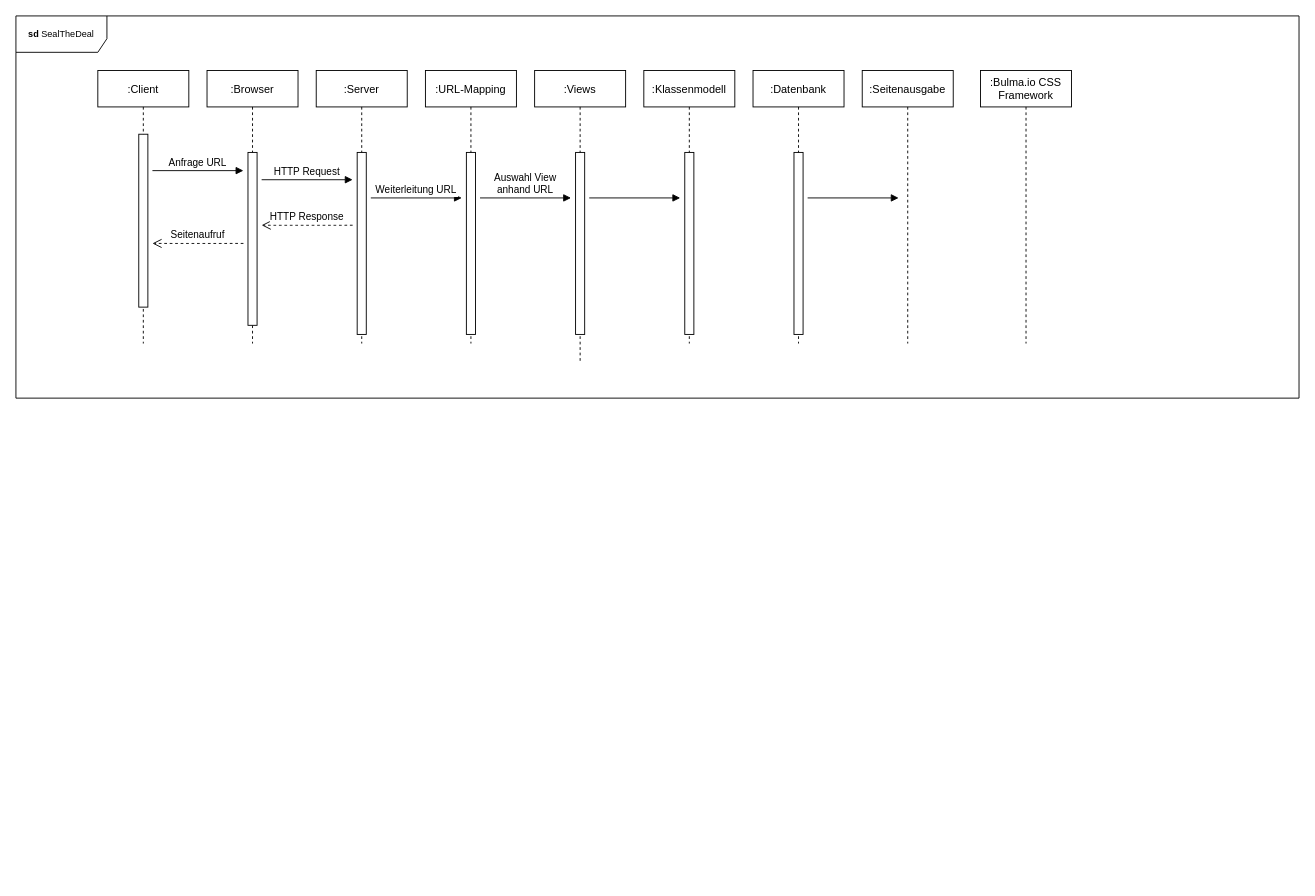
This is Sequenzdiagramm.drawio from schnarkus/SWE-II, a draw.io file, before an edit. Source tidied: cells renumbered, new cells numbered last; positions are measured from the earlier drawing's top-left corner, leaving out a move shared by most shapes. Both pictures are drawn from the tidied source at 91%, with x=0, y=0 at pixel (-171, 15).
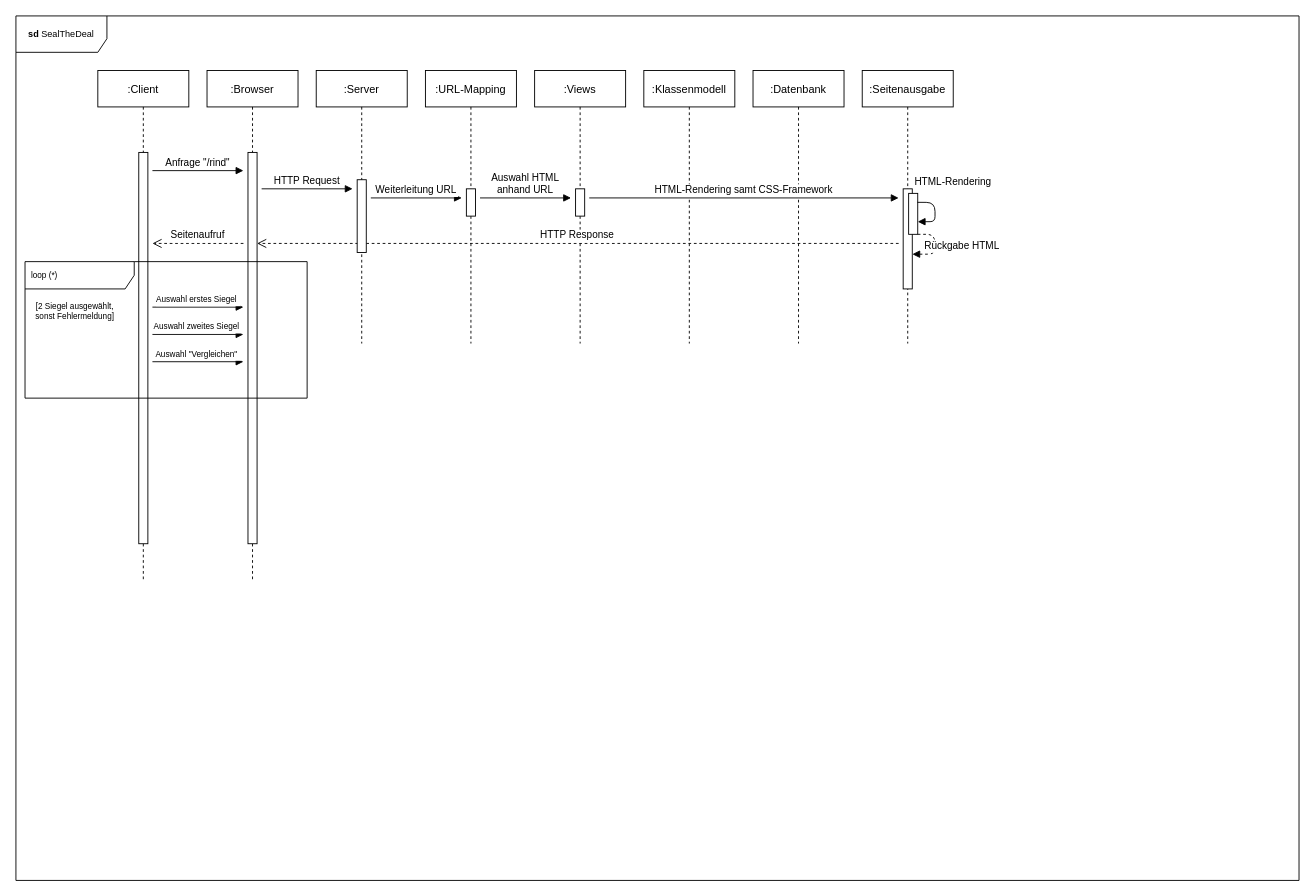
The same diagram, later.

The change refers to these unchanged cells:
```xml
<mxCell id="10" value=":Datenbank" style="shape=umlLifeline;perimeter=lifelinePerimeter;rounded=0;shadow=0;strokeWidth=1;" parent="1" vertex="1">
  <mxGeometry x="1015" y="60" width="100" height="300" as="geometry" />
</mxCell>
<mxCell id="12" value=":URL-Mapping" style="shape=umlLifeline;perimeter=lifelinePerimeter;rounded=0;shadow=0;strokeWidth=1;" parent="1" vertex="1">
  <mxGeometry x="655" y="60" width="100" height="300" as="geometry" />
</mxCell>
<mxCell id="16" value=":Klassenmodell" style="shape=umlLifeline;perimeter=lifelinePerimeter;rounded=0;shadow=0;strokeWidth=1;" parent="1" vertex="1">
  <mxGeometry x="895" y="60" width="100" height="300" as="geometry" />
</mxCell>
<mxCell id="18" value=":Seitenausgabe" style="shape=umlLifeline;perimeter=lifelinePerimeter;rounded=0;shadow=0;strokeWidth=1;" parent="1" vertex="1">
  <mxGeometry x="1135" y="60" width="100" height="300" as="geometry" />
</mxCell>
<mxCell id="20" value=":Server" style="shape=umlLifeline;perimeter=lifelinePerimeter;rounded=0;shadow=0;strokeWidth=1;" parent="1" vertex="1">
  <mxGeometry x="535" y="60" width="100" height="300" as="geometry" />
</mxCell>
```

Diff of the diagram source:
```diff
@@
     <mxCell id="2" value="&lt;font style=&quot;font-size: 10px&quot;&gt;&lt;b&gt;sd &lt;/b&gt;SealTheDeal&lt;/font&gt;" style="shape=umlFrame;whiteSpace=wrap;html=1;width=100;height=40;" parent="1" vertex="1">
-      <mxGeometry x="205" width="1410" height="420" as="geometry" />
+      <mxGeometry x="205" width="1410" height="950" as="geometry" />
     </mxCell>
@@
     <mxCell id="5" value=":Browser" style="shape=umlLifeline;perimeter=lifelinePerimeter;rounded=0;shadow=0;strokeWidth=1;" parent="1" vertex="1">
-      <mxGeometry x="415" y="60" width="100" height="300" as="geometry" />
+      <mxGeometry x="415" y="60" width="100" height="560" as="geometry" />
     </mxCell>
     <mxCell id="6" style="points=[];perimeter=orthogonalPerimeter;rounded=0;shadow=0;strokeWidth=1;" parent="5" vertex="1">
-      <mxGeometry x="45" y="90" width="10" height="190" as="geometry" />
+      <mxGeometry x="45" y="90" width="10" height="430" as="geometry" />
     </mxCell>
+    <mxCell id="29" value="Auswahl erstes Siegel " style="verticalAlign=bottom;endArrow=block;shadow=0;strokeWidth=1;fontSize=9;" parent="5" edge="1">
+      <mxGeometry relative="1" as="geometry">
+        <mxPoint x="-60" y="260" as="sourcePoint" />
+        <mxPoint x="40" y="260" as="targetPoint" />
+      </mxGeometry>
+    </mxCell>
+    <mxCell id="30" value="Auswahl &quot;Vergleichen&quot; " style="verticalAlign=bottom;endArrow=block;shadow=0;strokeWidth=1;fontSize=9;" parent="5" edge="1">
+      <mxGeometry relative="1" as="geometry">
+        <mxPoint x="-60" y="320" as="sourcePoint" />
+        <mxPoint x="40" y="320" as="targetPoint" />
+      </mxGeometry>
+    </mxCell>
     <mxCell id="7" value=":Client" style="shape=umlLifeline;perimeter=lifelinePerimeter;rounded=0;shadow=0;strokeWidth=1;" parent="1" vertex="1">
-      <mxGeometry x="295" y="60" width="100" height="300" as="geometry" />
+      <mxGeometry x="295" y="60" width="100" height="560" as="geometry" />
     </mxCell>
     <mxCell id="8" style="perimeter=orthogonalPerimeter;rounded=0;shadow=0;strokeWidth=1;" parent="7" vertex="1">
-      <mxGeometry x="45" y="70" width="10" height="190" as="geometry" />
+      <mxGeometry x="45" y="90" width="10" height="430" as="geometry" />
     </mxCell>
-    <mxCell id="9" value=":Bulma.io CSS &#10;Framework" style="shape=umlLifeline;perimeter=lifelinePerimeter;rounded=0;shadow=0;strokeWidth=1;" parent="1" vertex="1">
-      <mxGeometry x="1265" y="60" width="100" height="300" as="geometry" />
-    </mxCell>
@@
-    <mxCell id="11" style="perimeter=orthogonalPerimeter;rounded=0;shadow=0;strokeWidth=1;" parent="10" vertex="1">
-      <mxGeometry x="45" y="90" width="10" height="200" as="geometry" />
-    </mxCell>
@@
     <mxCell id="13" style="perimeter=orthogonalPerimeter;rounded=0;shadow=0;strokeWidth=1;" parent="12" vertex="1">
-      <mxGeometry x="45" y="90" width="10" height="200" as="geometry" />
+      <mxGeometry x="45" y="130" width="10" height="30" as="geometry" />
     </mxCell>
     <mxCell id="14" value=":Views" style="shape=umlLifeline;perimeter=lifelinePerimeter;rounded=0;shadow=0;strokeWidth=1;" parent="1" vertex="1">
-      <mxGeometry x="775" y="60" width="100" height="320" as="geometry" />
+      <mxGeometry x="775" y="60" width="100" height="300" as="geometry" />
     </mxCell>
     <mxCell id="15" style="perimeter=orthogonalPerimeter;rounded=0;shadow=0;strokeWidth=1;" parent="14" vertex="1">
-      <mxGeometry x="45" y="90" width="10" height="200" as="geometry" />
+      <mxGeometry x="45" y="130" width="10" height="30" as="geometry" />
     </mxCell>
@@
-    <mxCell id="17" style="perimeter=orthogonalPerimeter;rounded=0;shadow=0;strokeWidth=1;" parent="16" vertex="1">
-      <mxGeometry x="45" y="90" width="10" height="200" as="geometry" />
-    </mxCell>
@@
+    <mxCell id="31" style="points=[];perimeter=orthogonalPerimeter;rounded=0;shadow=0;strokeWidth=1;" parent="18" vertex="1">
+      <mxGeometry x="45" y="130" width="10" height="110" as="geometry" />
+    </mxCell>
+    <mxCell id="32" style="points=[];perimeter=orthogonalPerimeter;rounded=0;shadow=0;strokeWidth=1;" parent="18" vertex="1">
+      <mxGeometry x="51" y="135" width="10" height="45" as="geometry" />
+    </mxCell>
+    <mxCell id="33" value="HTML-Rendering" style="verticalAlign=bottom;endArrow=block;shadow=0;strokeWidth=1;entryX=1;entryY=0.692;entryDx=0;entryDy=0;entryPerimeter=0;edgeStyle=orthogonalEdgeStyle;exitX=0.963;exitY=0.219;exitDx=0;exitDy=0;exitPerimeter=0;" parent="18" edge="1" source="32" target="32">
+      <mxGeometry x="-0.32" y="24" relative="1" as="geometry">
+        <Array as="points">
+          <mxPoint x="80" y="145" />
+          <mxPoint x="80" y="166" />
+        </Array>
+        <mxPoint x="-4" y="-14" as="offset" />
+      </mxGeometry>
+    </mxCell>
+    <mxCell id="22" value="HTTP Response" style="verticalAlign=bottom;endArrow=open;dashed=1;endSize=8;shadow=0;strokeWidth=1;" parent="18" edge="1" target="6">
+      <mxGeometry relative="1" as="geometry">
+        <mxPoint x="40" y="190" as="sourcePoint" />
+      </mxGeometry>
+    </mxCell>
+    <mxCell id="34" value="Rückgabe HTML" style="verticalAlign=bottom;endArrow=block;shadow=0;strokeWidth=1;entryX=1.009;entryY=0.653;entryDx=0;entryDy=0;entryPerimeter=0;edgeStyle=orthogonalEdgeStyle;exitX=0.963;exitY=0.219;exitDx=0;exitDy=0;exitPerimeter=0;dashed=1;" parent="18" edge="1" target="31">
+      <mxGeometry x="0.24" y="30" relative="1" as="geometry">
+        <mxPoint x="61" y="180" as="sourcePoint" />
+        <Array as="points">
+          <mxPoint x="80" y="180" />
+          <mxPoint x="80" y="202" />
+        </Array>
+        <mxPoint x="30" y="-30" as="offset" />
+      </mxGeometry>
+    </mxCell>
-    <mxCell id="19" value="Anfrage URL" style="verticalAlign=bottom;endArrow=block;shadow=0;strokeWidth=1;" parent="1" edge="1">
+    <mxCell id="19" value="Anfrage &quot;/rind&quot;" style="verticalAlign=bottom;endArrow=block;shadow=0;strokeWidth=1;" parent="1" edge="1">
       <mxGeometry relative="1" as="geometry">
         <mxPoint x="355" y="170" as="sourcePoint" />
         <mxPoint x="455" y="170" as="targetPoint" />
       </mxGeometry>
     </mxCell>
@@
     <mxCell id="21" style="perimeter=orthogonalPerimeter;rounded=0;shadow=0;strokeWidth=1;" parent="20" vertex="1">
-      <mxGeometry x="45" y="90" width="10" height="200" as="geometry" />
+      <mxGeometry x="45" y="120" width="10" height="80" as="geometry" />
     </mxCell>
-    <mxCell id="22" value="HTTP Response" style="verticalAlign=bottom;endArrow=open;dashed=1;endSize=8;shadow=0;strokeWidth=1;" parent="1" edge="1">
-      <mxGeometry relative="1" as="geometry">
-        <mxPoint x="575" y="230" as="sourcePoint" />
-        <mxPoint x="475" y="230" as="targetPoint" />
-      </mxGeometry>
-    </mxCell>
     <mxCell id="23" value="HTTP Request" style="verticalAlign=bottom;endArrow=block;shadow=0;strokeWidth=1;" parent="1" edge="1">
       <mxGeometry relative="1" as="geometry">
-        <mxPoint x="475" y="180" as="sourcePoint" />
-        <mxPoint x="575" y="180" as="targetPoint" />
+        <mxPoint x="475" y="190" as="sourcePoint" />
+        <mxPoint x="575" y="190" as="targetPoint" />
       </mxGeometry>
     </mxCell>
@@
-    <mxCell id="26" value="Auswahl View &#10;anhand URL" style="verticalAlign=bottom;endArrow=block;shadow=0;strokeWidth=1;" parent="1" edge="1">
+    <mxCell id="26" value="Auswahl HTML&#10;anhand URL" style="verticalAlign=bottom;endArrow=block;shadow=0;strokeWidth=1;" parent="1" edge="1">
       <mxGeometry relative="1" as="geometry">
         <mxPoint x="715" y="200" as="sourcePoint" />
         <mxPoint x="815" y="200" as="targetPoint" />
       </mxGeometry>
     </mxCell>
-    <mxCell id="27" style="verticalAlign=bottom;endArrow=block;shadow=0;strokeWidth=1;" parent="1" edge="1">
+    <mxCell id="27" value="HTML-Rendering samt CSS-Framework" style="verticalAlign=bottom;endArrow=block;shadow=0;strokeWidth=1;" parent="1" edge="1">
       <mxGeometry relative="1" as="geometry">
         <mxPoint x="835" y="200" as="sourcePoint" />
-        <mxPoint x="935" y="200" as="targetPoint" />
+        <mxPoint x="1175" y="200" as="targetPoint" />
       </mxGeometry>
     </mxCell>
-    <mxCell id="28" style="verticalAlign=bottom;endArrow=block;shadow=0;strokeWidth=1;" parent="1" edge="1">
-      <mxGeometry relative="1" as="geometry">
-        <mxPoint x="1075" y="200" as="sourcePoint" />
-        <mxPoint x="1175" y="200" as="targetPoint" />
-      </mxGeometry>
-    </mxCell>
+    <mxCell id="35" value="Auswahl zweites Siegel " style="verticalAlign=bottom;endArrow=block;shadow=0;strokeWidth=1;fontSize=9;" parent="1" edge="1">
+      <mxGeometry relative="1" as="geometry">
+        <mxPoint x="355" y="350" as="sourcePoint" />
+        <mxPoint x="455" y="350" as="targetPoint" />
+      </mxGeometry>
+    </mxCell>
+    <mxCell id="36" value="loop (*)" style="shape=umlFrame;whiteSpace=wrap;html=1;width=120;height=30;boundedLbl=1;verticalAlign=middle;align=left;spacingLeft=5;fontSize=9;" parent="1" vertex="1">
+      <mxGeometry x="215" y="270" width="310" height="150" as="geometry" />
+    </mxCell>
+    <mxCell id="37" value="[2 Siegel ausgewählt, sonst Fehlermeldung]" style="text;html=1;strokeColor=none;fillColor=none;align=center;verticalAlign=middle;whiteSpace=wrap;rounded=0;fontSize=9;" parent="1" vertex="1">
+      <mxGeometry x="225" y="310" width="90" height="30" as="geometry" />
+    </mxCell>
```
